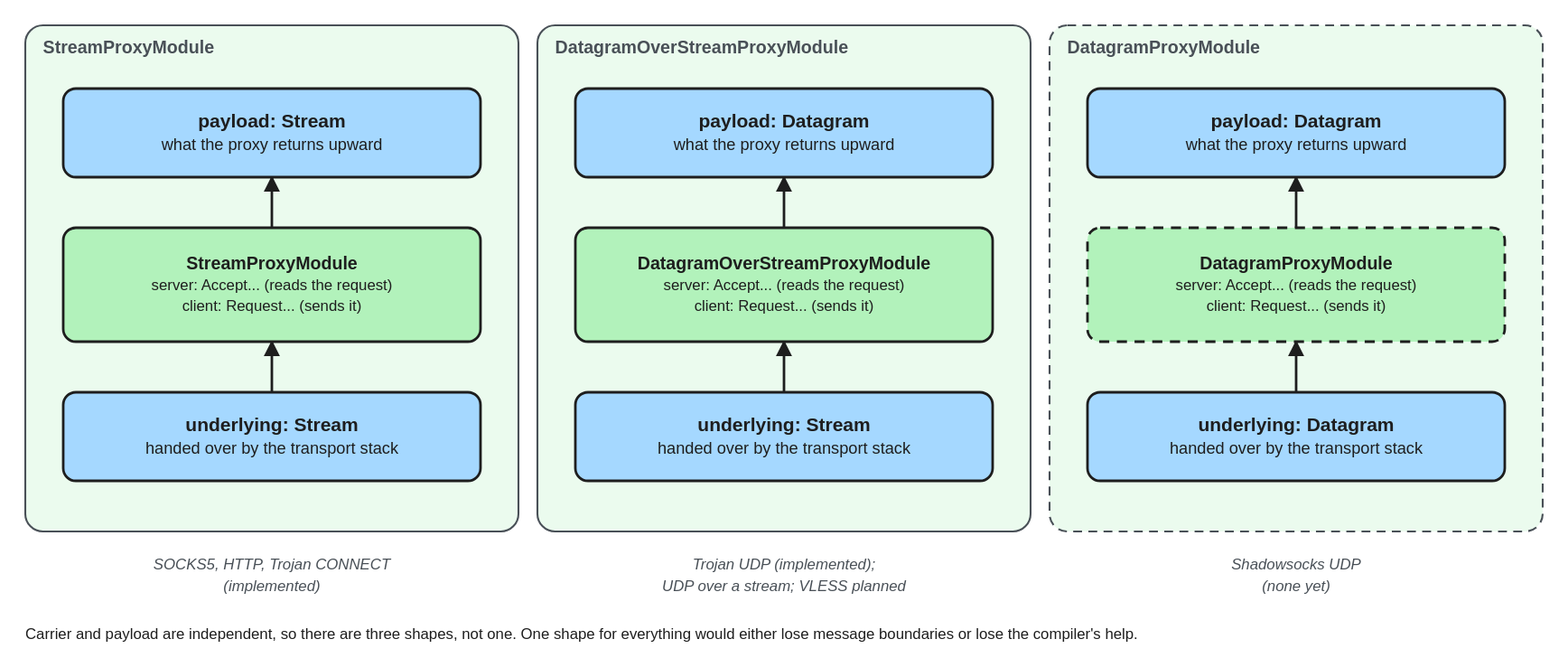
we-apranik/apranik keeps this Excalidraw diagram as docs/assets/diagrams/proxy-shapes.excalidraw.svg. Above is the earlier version. Source tidied: one line per element, renumbered; positions are measured from the earlier drawing's top-left corner, leaving out a move shared by most shapes.
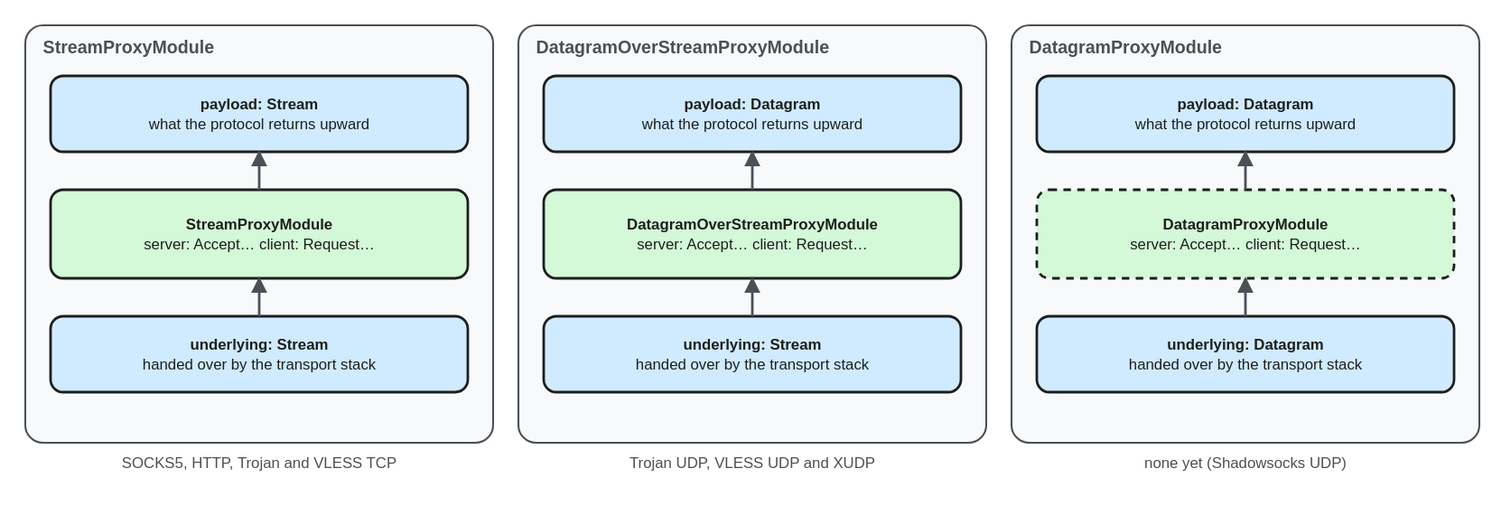
After the change.

The edit, as a diff of the source:
```diff
@@ -1,34 +1,33 @@
-{"id": 0, "type": "rectangle", "strokeColor": "#495057", "backgroundColor": "#ebfbee", "fillStyle": "solid", "strokeWidth": 1, "roughness": 0, "round": true, "x": 0, "y": 0, "width": 390, "height": 400}
+{"id": 34, "type": "rectangle", "strokeColor": "#495057", "backgroundColor": "#f8f9fa", "fillStyle": "solid", "strokeWidth": 1, "roughness": 0, "round": true, "x": 0, "y": 0, "width": 370, "height": 330}
-{"id": 1, "type": "text", "text": "StreamProxyModule", "strokeColor": "#495057", "strokeWidth": 2, "roughness": 0, "fontSize": 14, "fontFamily": 2, "verticalAlign": "middle", "x": 14, "y": 8, "width": 362, "height": 18}
+{"id": 1, "type": "text", "text": "StreamProxyModule", "strokeColor": "#495057", "strokeWidth": 2, "roughness": 0, "fontSize": 14, "fontFamily": 2, "verticalAlign": "middle", "x": 14, "y": 8, "width": 342, "height": 18}
-{"id": 2, "type": "rectangle", "strokeColor": "#495057", "backgroundColor": "#ebfbee", "fillStyle": "solid", "strokeWidth": 1, "roughness": 0, "round": true, "x": 405, "y": 0, "width": 390, "height": 400}
+{"id": 35, "type": "rectangle", "strokeColor": "#1e1e1e", "backgroundColor": "#d0ebff", "fillStyle": "solid", "strokeWidth": 2, "roughness": 0, "round": true, "x": 20, "y": 40, "width": 330, "height": 60}
+{"id": 36, "type": "text", "text": "payload: Stream\nwhat the protocol returns upward", "strokeColor": "#1e1e1e", "strokeWidth": 2, "roughness": 0, "fontSize": 12, "fontFamily": 2, "textAlign": "center", "verticalAlign": "middle", "inside": 35, "x": 20, "y": 55, "width": 330, "height": 30}
+{"id": 37, "type": "rectangle", "strokeColor": "#1e1e1e", "backgroundColor": "#d3f9d8", "fillStyle": "solid", "strokeWidth": 2, "roughness": 0, "round": true, "x": 20, "y": 130, "width": 330, "height": 70}
+{"id": 38, "type": "text", "text": "StreamProxyModule\nserver: Accept…   client: Request…", "strokeColor": "#1e1e1e", "strokeWidth": 2, "roughness": 0, "fontSize": 12, "fontFamily": 2, "textAlign": "center", "verticalAlign": "middle", "inside": 37, "x": 20, "y": 150, "width": 330, "height": 30}
+{"id": 39, "type": "rectangle", "strokeColor": "#1e1e1e", "backgroundColor": "#d0ebff", "fillStyle": "solid", "strokeWidth": 2, "roughness": 0, "round": true, "x": 20, "y": 230, "width": 330, "height": 60}
+{"id": 40, "type": "text", "text": "underlying: Stream\nhanded over by the transport stack", "strokeColor": "#1e1e1e", "strokeWidth": 2, "roughness": 0, "fontSize": 12, "fontFamily": 2, "textAlign": "center", "verticalAlign": "middle", "inside": 39, "x": 20, "y": 245, "width": 330, "height": 30}
+{"id": 41, "type": "arrow", "strokeColor": "#495057", "strokeWidth": 2, "roughness": 0, "endArrowhead": "arrow", "from": 39, "to": 37, "x": 185, "y": 230, "width": 0, "height": 30, "points": [[0, 0], [0, -30]]}
+{"id": 42, "type": "arrow", "strokeColor": "#495057", "strokeWidth": 2, "roughness": 0, "endArrowhead": "arrow", "from": 37, "to": 35, "x": 185, "y": 130, "width": 0, "height": 30, "points": [[0, 0], [0, -30]]}
+{"id": 43, "type": "text", "text": "SOCKS5, HTTP, Trojan and VLESS TCP", "strokeColor": "#495057", "strokeWidth": 2, "roughness": 0, "fontSize": 12, "fontFamily": 2, "textAlign": "center", "verticalAlign": "middle", "x": 0, "y": 338, "width": 370, "height": 15}
+{"id": 44, "type": "rectangle", "strokeColor": "#495057", "backgroundColor": "#f8f9fa", "fillStyle": "solid", "strokeWidth": 1, "roughness": 0, "round": true, "x": 390, "y": 0, "width": 370, "height": 330}
-{"id": 3, "type": "text", "text": "DatagramOverStreamProxyModule", "strokeColor": "#495057", "strokeWidth": 2, "roughness": 0, "fontSize": 14, "fontFamily": 2, "verticalAlign": "middle", "x": 419, "y": 8, "width": 362, "height": 18}
+{"id": 3, "type": "text", "text": "DatagramOverStreamProxyModule", "strokeColor": "#495057", "strokeWidth": 2, "roughness": 0, "fontSize": 14, "fontFamily": 2, "verticalAlign": "middle", "x": 404, "y": 8, "width": 342, "height": 18}
-{"id": 4, "type": "rectangle", "strokeColor": "#495057", "backgroundColor": "#ebfbee", "fillStyle": "solid", "strokeWidth": 1, "strokeStyle": "dashed", "roughness": 0, "round": true, "x": 810, "y": 0, "width": 390, "height": 400}
+{"id": 45, "type": "rectangle", "strokeColor": "#1e1e1e", "backgroundColor": "#d0ebff", "fillStyle": "solid", "strokeWidth": 2, "roughness": 0, "round": true, "x": 410, "y": 40, "width": 330, "height": 60}
+{"id": 46, "type": "text", "text": "payload: Datagram\nwhat the protocol returns upward", "strokeColor": "#1e1e1e", "strokeWidth": 2, "roughness": 0, "fontSize": 12, "fontFamily": 2, "textAlign": "center", "verticalAlign": "middle", "inside": 45, "x": 410, "y": 55, "width": 330, "height": 30}
+{"id": 47, "type": "rectangle", "strokeColor": "#1e1e1e", "backgroundColor": "#d3f9d8", "fillStyle": "solid", "strokeWidth": 2, "roughness": 0, "round": true, "x": 410, "y": 130, "width": 330, "height": 70}
+{"id": 48, "type": "text", "text": "DatagramOverStreamProxyModule\nserver: Accept…   client: Request…", "strokeColor": "#1e1e1e", "strokeWidth": 2, "roughness": 0, "fontSize": 12, "fontFamily": 2, "textAlign": "center", "verticalAlign": "middle", "inside": 47, "x": 410, "y": 150, "width": 330, "height": 30}
+{"id": 49, "type": "rectangle", "strokeColor": "#1e1e1e", "backgroundColor": "#d0ebff", "fillStyle": "solid", "strokeWidth": 2, "roughness": 0, "round": true, "x": 410, "y": 230, "width": 330, "height": 60}
+{"id": 50, "type": "text", "text": "underlying: Stream\nhanded over by the transport stack", "strokeColor": "#1e1e1e", "strokeWidth": 2, "roughness": 0, "fontSize": 12, "fontFamily": 2, "textAlign": "center", "verticalAlign": "middle", "inside": 49, "x": 410, "y": 245, "width": 330, "height": 30}
+{"id": 51, "type": "arrow", "strokeColor": "#495057", "strokeWidth": 2, "roughness": 0, "endArrowhead": "arrow", "from": 49, "to": 47, "x": 575, "y": 230, "width": 0, "height": 30, "points": [[0, 0], [0, -30]]}
+{"id": 52, "type": "arrow", "strokeColor": "#495057", "strokeWidth": 2, "roughness": 0, "endArrowhead": "arrow", "from": 47, "to": 45, "x": 575, "y": 130, "width": 0, "height": 30, "points": [[0, 0], [0, -30]]}
+{"id": 53, "type": "text", "text": "Trojan UDP, VLESS UDP and XUDP", "strokeColor": "#495057", "strokeWidth": 2, "roughness": 0, "fontSize": 12, "fontFamily": 2, "textAlign": "center", "verticalAlign": "middle", "x": 390, "y": 338, "width": 370, "height": 15}
+{"id": 54, "type": "rectangle", "strokeColor": "#495057", "backgroundColor": "#f8f9fa", "fillStyle": "solid", "strokeWidth": 1, "roughness": 0, "round": true, "x": 780, "y": 0, "width": 370, "height": 330}
-{"id": 5, "type": "text", "text": "DatagramProxyModule", "strokeColor": "#495057", "strokeWidth": 2, "roughness": 0, "fontSize": 14, "fontFamily": 2, "verticalAlign": "middle", "x": 824, "y": 8, "width": 362, "height": 18}
+{"id": 5, "type": "text", "text": "DatagramProxyModule", "strokeColor": "#495057", "strokeWidth": 2, "roughness": 0, "fontSize": 14, "fontFamily": 2, "verticalAlign": "middle", "x": 794, "y": 8, "width": 342, "height": 18}
-{"id": 6, "type": "rectangle", "strokeColor": "#1e1e1e", "backgroundColor": "#a5d8ff", "fillStyle": "solid", "strokeWidth": 2, "roughness": 0, "round": true, "x": 30, "y": 50, "width": 330, "height": 70}
-{"id": 7, "type": "text", "text": "payload: Stream\nwhat the proxy returns upward", "strokeColor": "#1e1e1e", "strokeWidth": 2, "roughness": 0, "fontSize": 13, "fontFamily": 2, "textAlign": "center", "verticalAlign": "middle", "inside": 6, "x": 30, "y": 50, "width": 330, "height": 32}
-{"id": 8, "type": "rectangle", "strokeColor": "#1e1e1e", "backgroundColor": "#b2f2bb", "fillStyle": "solid", "strokeWidth": 2, "roughness": 0, "round": true, "x": 30, "y": 160, "width": 330, "height": 90}
-{"id": 9, "type": "text", "text": "StreamProxyModule\nserver: Accept... (reads the request)\nclient: Request... (sends it)", "strokeColor": "#1e1e1e", "strokeWidth": 2, "roughness": 0, "fontSize": 12, "fontFamily": 2, "textAlign": "center", "verticalAlign": "middle", "inside": 8, "x": 30, "y": 160, "width": 330, "height": 45}
-{"id": 10, "type": "rectangle", "strokeColor": "#1e1e1e", "backgroundColor": "#a5d8ff", "fillStyle": "solid", "strokeWidth": 2, "roughness": 0, "round": true, "x": 30, "y": 290, "width": 330, "height": 70}
-{"id": 11, "type": "text", "text": "underlying: Stream\nhanded over by the transport stack", "strokeColor": "#1e1e1e", "strokeWidth": 2, "roughness": 0, "fontSize": 13, "fontFamily": 2, "textAlign": "center", "verticalAlign": "middle", "inside": 10, "x": 30, "y": 290, "width": 330, "height": 32}
-{"id": 12, "type": "rectangle", "strokeColor": "#1e1e1e", "backgroundColor": "#a5d8ff", "fillStyle": "solid", "strokeWidth": 2, "roughness": 0, "round": true, "x": 435, "y": 50, "width": 330, "height": 70}
-{"id": 13, "type": "text", "text": "payload: Datagram\nwhat the proxy returns upward", "strokeColor": "#1e1e1e", "strokeWidth": 2, "roughness": 0, "fontSize": 13, "fontFamily": 2, "textAlign": "center", "verticalAlign": "middle", "inside": 12, "x": 435, "y": 50, "width": 330, "height": 32}
-{"id": 14, "type": "rectangle", "strokeColor": "#1e1e1e", "backgroundColor": "#b2f2bb", "fillStyle": "solid", "strokeWidth": 2, "roughness": 0, "round": true, "x": 435, "y": 160, "width": 330, "height": 90}
-{"id": 15, "type": "text", "text": "DatagramOverStreamProxyModule\nserver: Accept... (reads the request)\nclient: Request... (sends it)", "strokeColor": "#1e1e1e", "strokeWidth": 2, "roughness": 0, "fontSize": 12, "fontFamily": 2, "textAlign": "center", "verticalAlign": "middle", "inside": 14, "x": 435, "y": 160, "width": 330, "height": 45}
-{"id": 16, "type": "rectangle", "strokeColor": "#1e1e1e", "backgroundColor": "#a5d8ff", "fillStyle": "solid", "strokeWidth": 2, "roughness": 0, "round": true, "x": 435, "y": 290, "width": 330, "height": 70}
-{"id": 17, "type": "text", "text": "underlying: Stream\nhanded over by the transport stack", "strokeColor": "#1e1e1e", "strokeWidth": 2, "roughness": 0, "fontSize": 13, "fontFamily": 2, "textAlign": "center", "verticalAlign": "middle", "inside": 16, "x": 435, "y": 290, "width": 330, "height": 32}
-{"id": 18, "type": "rectangle", "strokeColor": "#1e1e1e", "backgroundColor": "#a5d8ff", "fillStyle": "solid", "strokeWidth": 2, "roughness": 0, "round": true, "x": 840, "y": 50, "width": 330, "height": 70}
-{"id": 19, "type": "text", "text": "payload: Datagram\nwhat the proxy returns upward", "strokeColor": "#1e1e1e", "strokeWidth": 2, "roughness": 0, "fontSize": 13, "fontFamily": 2, "textAlign": "center", "verticalAlign": "middle", "inside": 18, "x": 840, "y": 50, "width": 330, "height": 32}
-{"id": 20, "type": "rectangle", "strokeColor": "#1e1e1e", "backgroundColor": "#b2f2bb", "fillStyle": "solid", "strokeWidth": 2, "strokeStyle": "dashed", "roughness": 0, "round": true, "x": 840, "y": 160, "width": 330, "height": 90}
-{"id": 21, "type": "text", "text": "DatagramProxyModule\nserver: Accept... (reads the request)\nclient: Request... (sends it)", "strokeColor": "#1e1e1e", "strokeWidth": 2, "roughness": 0, "fontSize": 12, "fontFamily": 2, "textAlign": "center", "verticalAlign": "middle", "inside": 20, "x": 840, "y": 160, "width": 330, "height": 45}
-{"id": 22, "type": "rectangle", "strokeColor": "#1e1e1e", "backgroundColor": "#a5d8ff", "fillStyle": "solid", "strokeWidth": 2, "roughness": 0, "round": true, "x": 840, "y": 290, "width": 330, "height": 70}
+{"id": 55, "type": "rectangle", "strokeColor": "#1e1e1e", "backgroundColor": "#d0ebff", "fillStyle": "solid", "strokeWidth": 2, "roughness": 0, "round": true, "x": 800, "y": 40, "width": 330, "height": 60}
+{"id": 56, "type": "text", "text": "payload: Datagram\nwhat the protocol returns upward", "strokeColor": "#1e1e1e", "strokeWidth": 2, "roughness": 0, "fontSize": 12, "fontFamily": 2, "textAlign": "center", "verticalAlign": "middle", "inside": 55, "x": 800, "y": 55, "width": 330, "height": 30}
+{"id": 57, "type": "rectangle", "strokeColor": "#1e1e1e", "backgroundColor": "#d3f9d8", "fillStyle": "solid", "strokeWidth": 2, "strokeStyle": "dashed", "roughness": 0, "round": true, "x": 800, "y": 130, "width": 330, "height": 70}
+{"id": 58, "type": "text", "text": "DatagramProxyModule\nserver: Accept…   client: Request…", "strokeColor": "#1e1e1e", "strokeWidth": 2, "roughness": 0, "fontSize": 12, "fontFamily": 2, "textAlign": "center", "verticalAlign": "middle", "inside": 57, "x": 800, "y": 150, "width": 330, "height": 30}
+{"id": 59, "type": "rectangle", "strokeColor": "#1e1e1e", "backgroundColor": "#d0ebff", "fillStyle": "solid", "strokeWidth": 2, "roughness": 0, "round": true, "x": 800, "y": 230, "width": 330, "height": 60}
-{"id": 23, "type": "text", "text": "underlying: Datagram\nhanded over by the transport stack", "strokeColor": "#1e1e1e", "strokeWidth": 2, "roughness": 0, "fontSize": 13, "fontFamily": 2, "textAlign": "center", "verticalAlign": "middle", "inside": 22, "x": 840, "y": 290, "width": 330, "height": 32}
+{"id": 23, "type": "text", "text": "underlying: Datagram\nhanded over by the transport stack", "strokeColor": "#1e1e1e", "strokeWidth": 2, "roughness": 0, "fontSize": 12, "fontFamily": 2, "textAlign": "center", "verticalAlign": "middle", "inside": 59, "x": 800, "y": 245, "width": 330, "height": 30}
-{"id": 24, "type": "arrow", "strokeColor": "#1e1e1e", "strokeWidth": 2, "roughness": 0, "endArrowhead": "arrow", "from": 10, "to": 8, "x": 195, "y": 290, "width": 0, "height": 40, "points": [[0, 0], [0, -40]]}
-{"id": 25, "type": "arrow", "strokeColor": "#1e1e1e", "strokeWidth": 2, "roughness": 0, "endArrowhead": "arrow", "from": 8, "to": 6, "x": 195, "y": 160, "width": 0, "height": 40, "points": [[0, 0], [0, -40]]}
-{"id": 26, "type": "arrow", "strokeColor": "#1e1e1e", "strokeWidth": 2, "roughness": 0, "endArrowhead": "arrow", "from": 16, "to": 14, "x": 600, "y": 290, "width": 0, "height": 40, "points": [[0, 0], [0, -40]]}
-{"id": 27, "type": "arrow", "strokeColor": "#1e1e1e", "strokeWidth": 2, "roughness": 0, "endArrowhead": "arrow", "from": 14, "to": 12, "x": 600, "y": 160, "width": 0, "height": 40, "points": [[0, 0], [0, -40]]}
-{"id": 28, "type": "arrow", "strokeColor": "#1e1e1e", "strokeWidth": 2, "roughness": 0, "endArrowhead": "arrow", "from": 22, "to": 20, "x": 1005, "y": 290, "width": 0, "height": 40, "points": [[0, 0], [0, -40]]}
-{"id": 29, "type": "arrow", "strokeColor": "#1e1e1e", "strokeWidth": 2, "roughness": 0, "endArrowhead": "arrow", "from": 20, "to": 18, "x": 1005, "y": 160, "width": 0, "height": 40, "points": [[0, 0], [0, -40]]}
-{"id": 30, "type": "text", "text": "SOCKS5, HTTP, Trojan CONNECT\n(implemented)", "strokeColor": "#495057", "strokeWidth": 2, "roughness": 0, "fontSize": 12, "fontFamily": 2, "textAlign": "center", "verticalAlign": "middle", "x": 105, "y": 418, "width": 181, "height": 30}
-{"id": 31, "type": "text", "text": "Trojan UDP (implemented);\nUDP over a stream; VLESS planned", "strokeColor": "#495057", "strokeWidth": 2, "roughness": 0, "fontSize": 12, "fontFamily": 2, "textAlign": "center", "verticalAlign": "middle", "x": 485, "y": 418, "width": 231, "height": 30}
-{"id": 32, "type": "text", "text": "Shadowsocks UDP\n(none yet)", "strokeColor": "#495057", "strokeWidth": 2, "roughness": 0, "fontSize": 12, "fontFamily": 2, "textAlign": "center", "verticalAlign": "middle", "x": 955, "y": 418, "width": 100, "height": 30}
-{"id": 33, "type": "text", "text": "Carrier and payload are independent, so there are three shapes, not one. One shape for everything would either lose message boundaries or lose the compiler's help.", "strokeColor": "#1e1e1e", "strokeWidth": 2, "roughness": 0, "fontSize": 12, "fontFamily": 2, "verticalAlign": "middle", "x": 0, "y": 473, "width": 1023, "height": 15}
+{"id": 60, "type": "arrow", "strokeColor": "#495057", "strokeWidth": 2, "roughness": 0, "endArrowhead": "arrow", "from": 59, "to": 57, "x": 965, "y": 230, "width": 0, "height": 30, "points": [[0, 0], [0, -30]]}
+{"id": 61, "type": "arrow", "strokeColor": "#495057", "strokeWidth": 2, "roughness": 0, "endArrowhead": "arrow", "from": 57, "to": 55, "x": 965, "y": 130, "width": 0, "height": 30, "points": [[0, 0], [0, -30]]}
+{"id": 62, "type": "text", "text": "none yet (Shadowsocks UDP)", "strokeColor": "#495057", "strokeWidth": 2, "roughness": 0, "fontSize": 12, "fontFamily": 2, "textAlign": "center", "verticalAlign": "middle", "x": 780, "y": 338, "width": 370, "height": 15}
```
